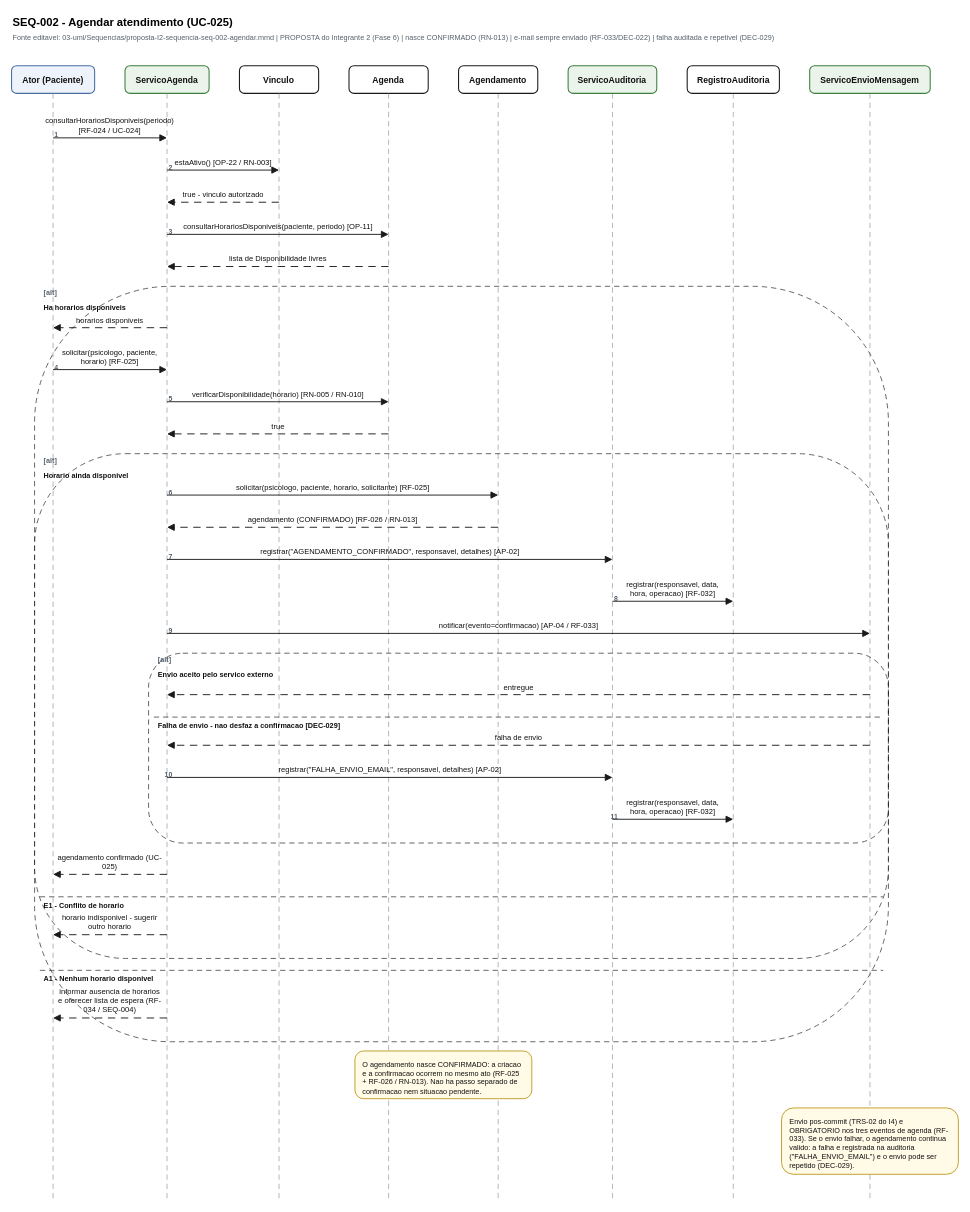
Before: 03-uml/Sequências/proposta-I2-sequencia-seq-002-agendar.drawio.xml in taiyo4/MOO-AV3, a draw.io diagram. Source tidied: cells renumbered, new cells numbered last; positions are measured from the earlier drawing's top-left corner, leaving out a move shared by most shapes. Both pictures are drawn from the tidied source at 66%, with x=0, y=0 at pixel (11, 11).
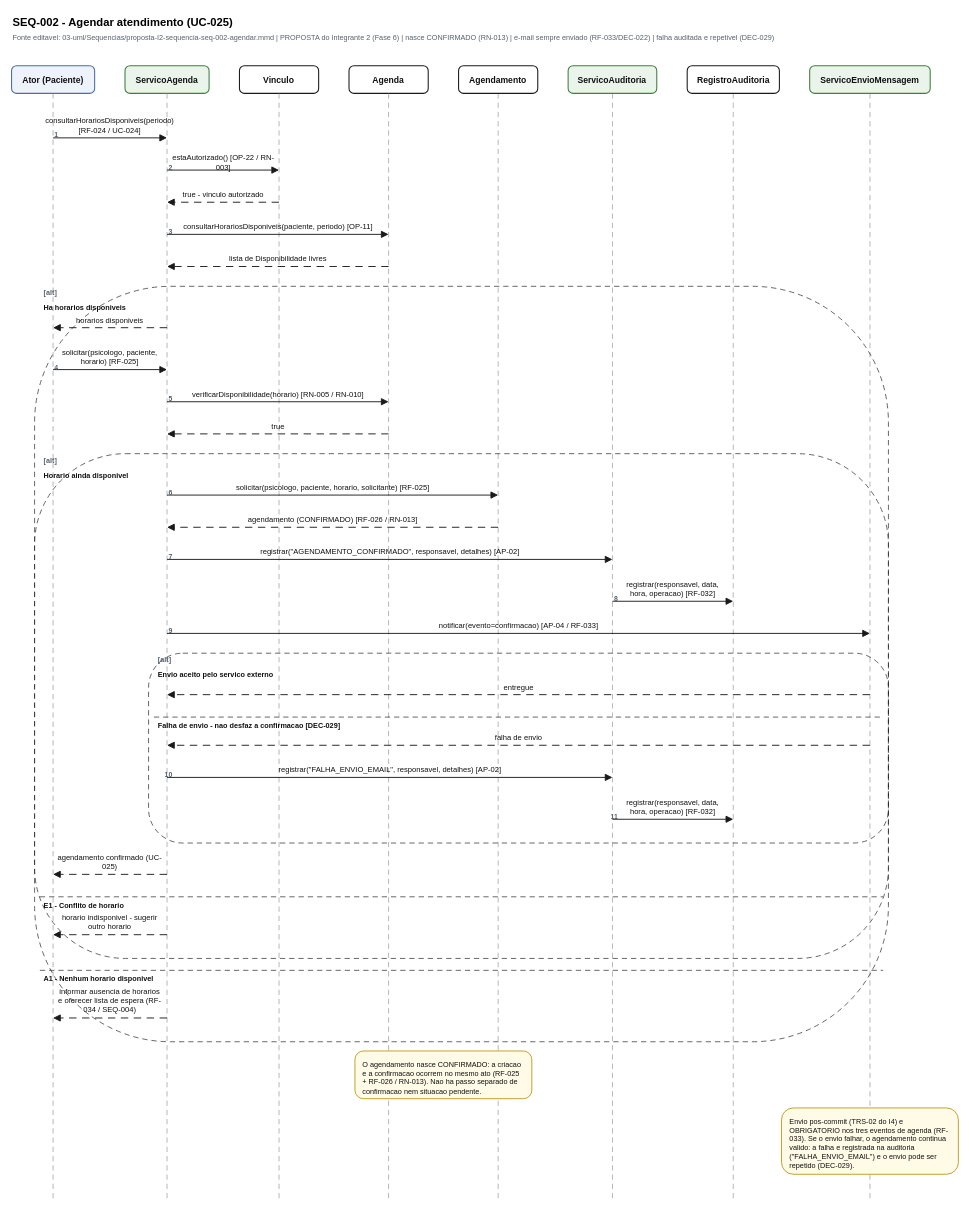
After the change.

Change to the diagram source:
```diff
@@
-    <mxCell id="32" value="estaAtivo() [OP-22 / RN-003]" style="text;html=1;whiteSpace=wrap;align=center;verticalAlign=middle;strokeColor=none;fillColor=none;fontSize=11.5;fontColor=#111111;" parent="1" vertex="1">
+    <mxCell id="32" value="estaAutorizado() [OP-22 / RN-003]" style="text;html=1;whiteSpace=wrap;align=center;verticalAlign=middle;strokeColor=none;fillColor=none;fontSize=11.5;fontColor=#111111;" parent="1" vertex="1">
       <mxGeometry x="240.5" y="221.4" width="160" height="14.7" as="geometry" />
     </mxCell>
```
